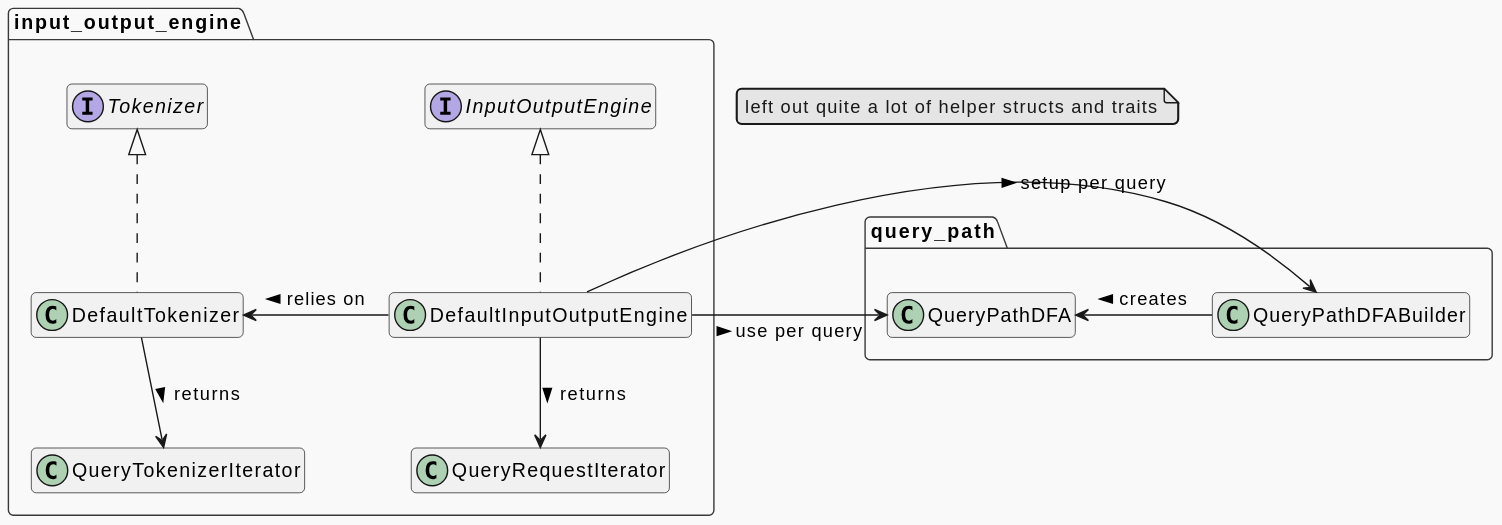
Earlier version of the PlantUML export 2025_09_04_cottonwood/diagrams/architectureSmall.svg (christopher-besch/presentations).
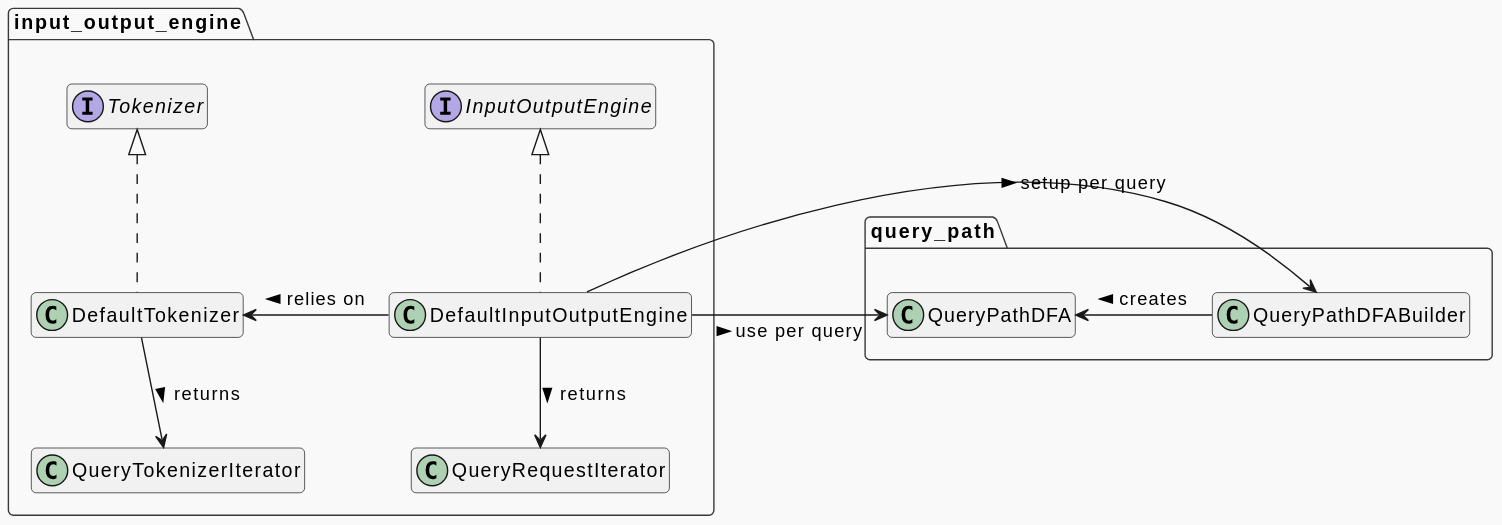
Above is the later version.

Commit message:
feat: remove note in small architecture

The edit, as a diff of the source:
```diff
@@ -32,8 +32,4 @@
 
 DefaultInputOutputEngine -r-> QueryPathDFA: use per query >
 DefaultInputOutputEngine -r-> QueryPathDFABuilder: setup per query >
-
-note as n1
-left out quite a lot of helper structs and traits
-end note
 @enduml
```
